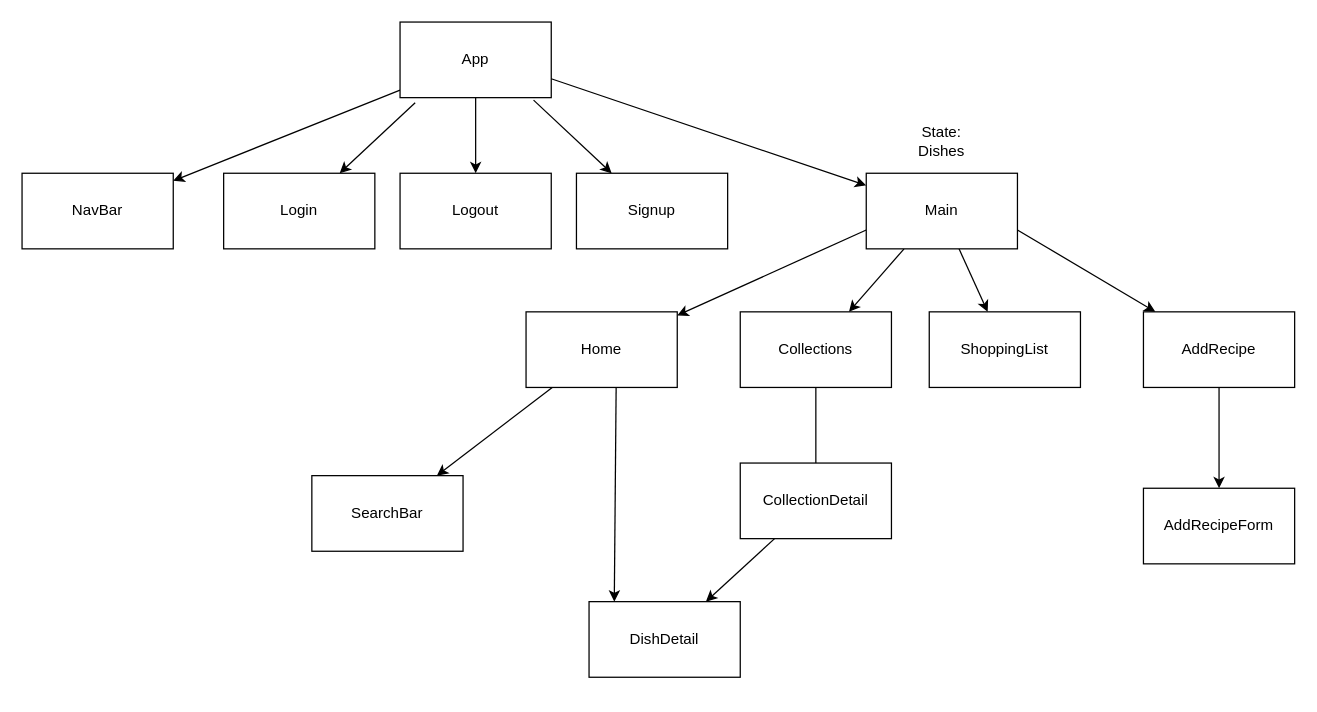
Earlier version of the draw.io diagram client/src/hierarchy.drawio (clambiase08/Noodle-On-It). Source tidied: cells renumbered, new cells numbered last; positions are measured from the earlier drawing's top-left corner, leaving out a move shared by most shapes. Both pictures are drawn from the tidied source at 126%, with x=0, y=0 at pixel (21, 21).
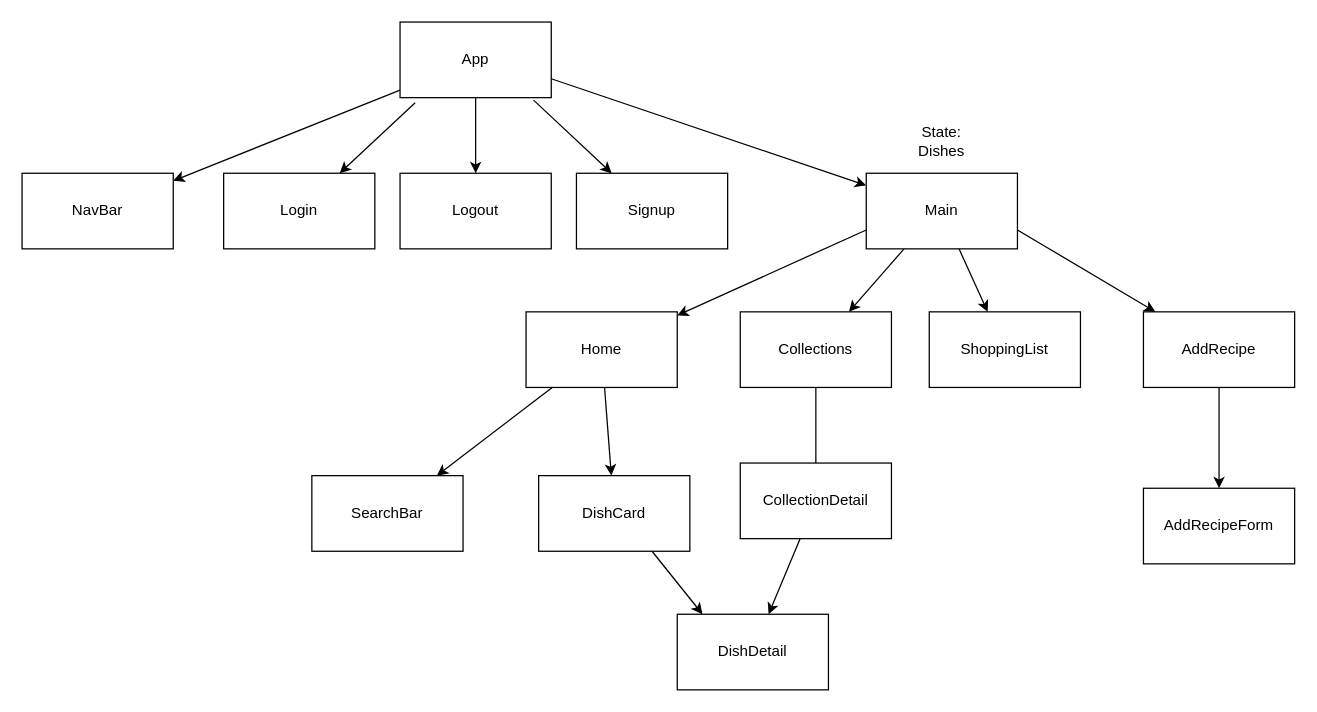
The same page after the edit.

Unchanged cells that the change refers to:
```xml
<mxCell id="6" value="Home" style="whiteSpace=wrap;html=1;" parent="1" vertex="1">
  <mxGeometry x="400" y="230" width="120" height="60" as="geometry" />
</mxCell>
```

Diff of the diagram source:
```diff
@@
+    <mxCell id="31" style="edgeStyle=none;html=1;" parent="1" edge="1" source="6" target="32">
+      <mxGeometry relative="1" as="geometry" />
+    </mxCell>
@@
     <mxCell id="28" value="DishDetail" style="whiteSpace=wrap;html=1;" parent="1" vertex="1">
-      <mxGeometry x="450" y="460" width="120" height="60" as="geometry" />
+      <mxGeometry x="520" y="470" width="120" height="60" as="geometry" />
     </mxCell>
@@
-    <mxCell id="30" style="edgeStyle=none;html=1;entryX=0.167;entryY=0;entryDx=0;entryDy=0;entryPerimeter=0;" parent="1" edge="1" target="28">
-      <mxGeometry relative="1" as="geometry">
-        <mxPoint x="471.5" y="290" as="sourcePoint" />
-      </mxGeometry>
+    <mxCell id="30" style="edgeStyle=none;html=1;entryX=0.167;entryY=0;entryDx=0;entryDy=0;entryPerimeter=0;exitX=0.75;exitY=1;exitDx=0;exitDy=0;" parent="1" edge="1" source="32" target="28">
+      <mxGeometry relative="1" as="geometry" />
     </mxCell>
+    <mxCell id="32" value="DishCard" style="whiteSpace=wrap;html=1;" parent="1" vertex="1">
+      <mxGeometry x="410" y="360" width="120" height="60" as="geometry" />
+    </mxCell>
```
